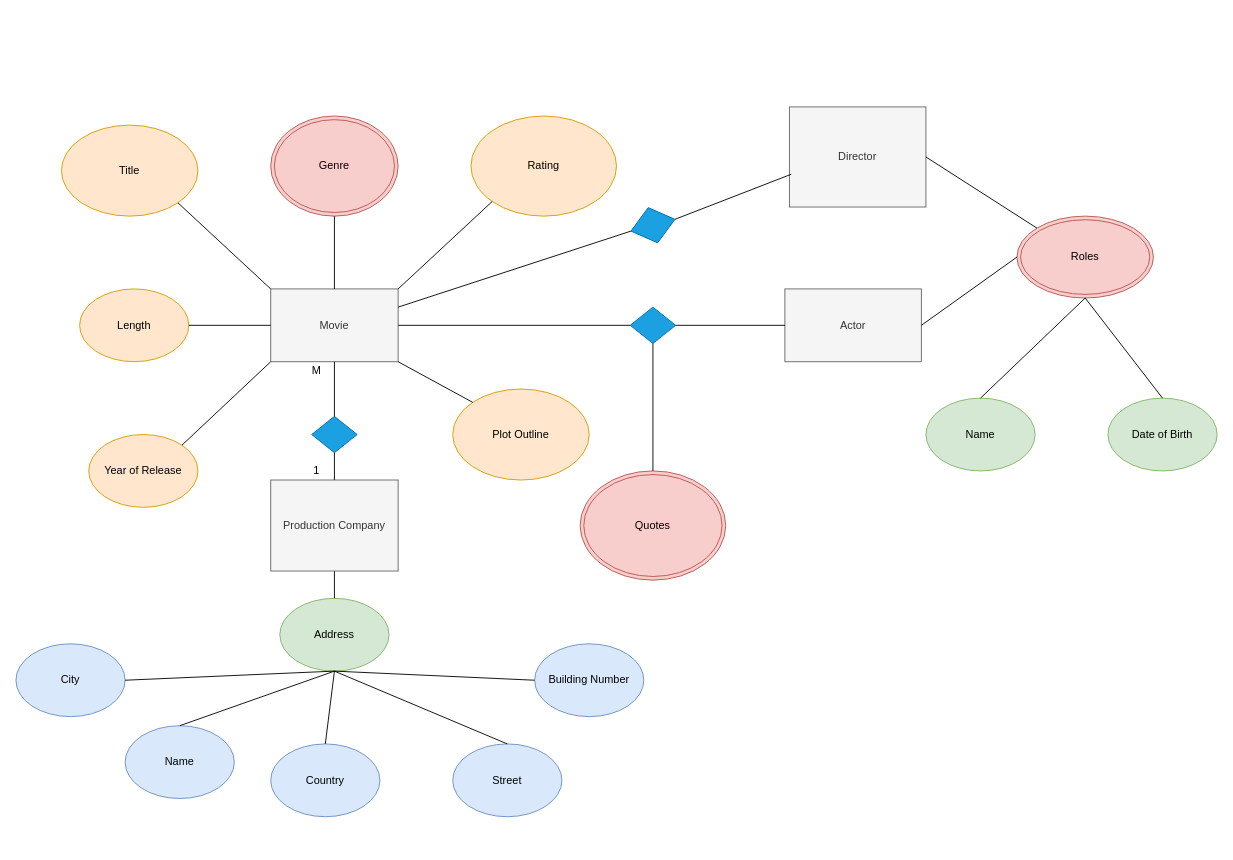
This is CPSC 2221 Lab 1.drawio from William-BC-CA/CPSC2221_ER_Modelling, a draw.io file, before an edit. Source tidied: cells renumbered, new cells numbered last; positions are measured from the earlier drawing's top-left corner, leaving out a move shared by most shapes. Both pictures are drawn from the tidied source at 91%, with x=0, y=0 at pixel (15, 106).
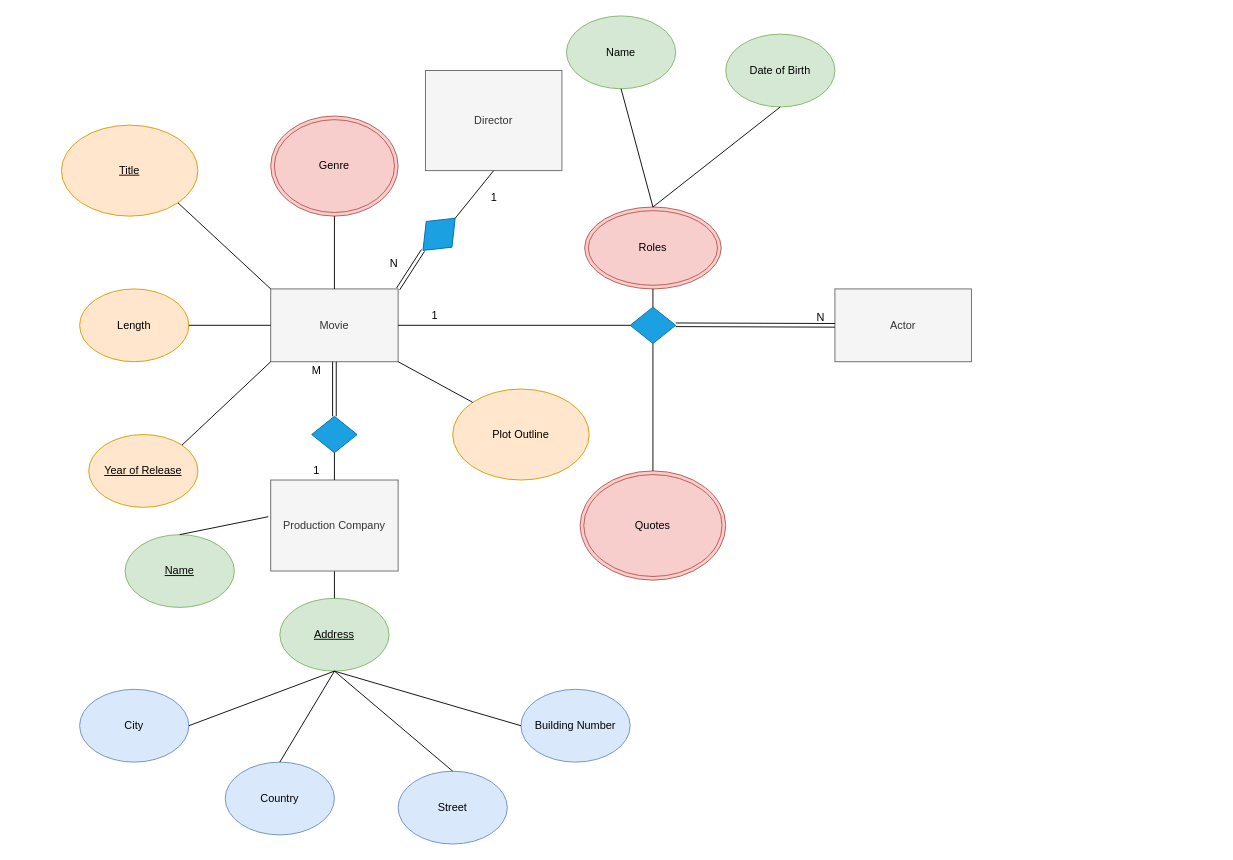
The same page after the edit.

Unchanged cells that the change refers to:
```xml
<mxCell id="2" value="Movie" style="rounded=0;whiteSpace=wrap;html=1;fillColor=#f5f5f5;strokeColor=#666666;fontColor=#333333;" parent="1" vertex="1">
  <mxGeometry x="280" y="200" width="140" height="80" as="geometry" />
</mxCell>
<mxCell id="18" style="rhombus;whiteSpace=wrap;html=1;fillColor=#1ba1e2;strokeColor=#006EAF;fontColor=#ffffff;" parent="1" vertex="1">
  <mxGeometry x="675" y="220" width="50" height="40" as="geometry" />
</mxCell>
<mxCell id="21" style="rhombus;whiteSpace=wrap;html=1;fillColor=#1ba1e2;strokeColor=#006EAF;fontColor=#ffffff;" parent="1" vertex="1">
  <mxGeometry x="325" y="340" width="50" height="40" as="geometry" />
</mxCell>
<mxCell id="47" value="Production Company" style="rounded=0;whiteSpace=wrap;html=1;fillColor=#f5f5f5;strokeColor=#666666;fontColor=#333333;" parent="1" vertex="1">
  <mxGeometry x="280" y="410" width="140" height="100" as="geometry" />
</mxCell>
```

What changed in the source:
```diff
@@
-    <mxCell id="4" value="Title" style="ellipse;whiteSpace=wrap;html=1;fillColor=#ffe6cc;strokeColor=#d79b00;" parent="1" vertex="1">
+    <mxCell id="4" value="&lt;u&gt;Title&lt;/u&gt;" style="ellipse;whiteSpace=wrap;html=1;fillColor=#ffe6cc;strokeColor=#d79b00;" parent="1" vertex="1">
       <mxGeometry x="50" y="20" width="150" height="100" as="geometry" />
     </mxCell>
-    <mxCell id="5" value="Rating" style="ellipse;whiteSpace=wrap;html=1;fillColor=#ffe6cc;strokeColor=#d79b00;" parent="1" vertex="1">
-      <mxGeometry x="500" y="10" width="160" height="110" as="geometry" />
-    </mxCell>
@@
-    <mxCell id="7" value="Year of Release" style="ellipse;whiteSpace=wrap;html=1;fillColor=#ffe6cc;strokeColor=#d79b00;" parent="1" vertex="1">
+    <mxCell id="7" value="&lt;u&gt;Year of Release&lt;/u&gt;" style="ellipse;whiteSpace=wrap;html=1;fillColor=#ffe6cc;strokeColor=#d79b00;" parent="1" vertex="1">
       <mxGeometry x="80" y="360" width="120" height="80" as="geometry" />
     </mxCell>
@@
-    <mxCell id="9" value="Name" style="ellipse;whiteSpace=wrap;html=1;fillColor=#dae8fc;strokeColor=#6c8ebf;" parent="1" vertex="1">
-      <mxGeometry x="120" y="680" width="120" height="80" as="geometry" />
+    <mxCell id="9" value="&lt;u&gt;Name&lt;/u&gt;" style="ellipse;whiteSpace=wrap;html=1;fillColor=#d5e8d4;strokeColor=#82b366;" parent="1" vertex="1">
+      <mxGeometry x="120" y="470" width="120" height="80" as="geometry" />
     </mxCell>
-    <mxCell id="10" value="Address" style="ellipse;whiteSpace=wrap;html=1;fillColor=#d5e8d4;strokeColor=#82b366;" parent="1" vertex="1">
+    <mxCell id="10" value="&lt;u&gt;Address&lt;/u&gt;" style="ellipse;whiteSpace=wrap;html=1;fillColor=#d5e8d4;strokeColor=#82b366;" parent="1" vertex="1">
       <mxGeometry x="290" y="540" width="120" height="80" as="geometry" />
     </mxCell>
     <mxCell id="11" value="Country" style="ellipse;whiteSpace=wrap;html=1;fillColor=#dae8fc;strokeColor=#6c8ebf;" parent="1" vertex="1">
-      <mxGeometry x="280" y="700" width="120" height="80" as="geometry" />
+      <mxGeometry x="230" y="720" width="120" height="80" as="geometry" />
     </mxCell>
     <mxCell id="12" value="City" style="ellipse;whiteSpace=wrap;html=1;fillColor=#dae8fc;strokeColor=#6c8ebf;" parent="1" vertex="1">
-      <mxGeometry y="590" width="120" height="80" as="geometry" />
+      <mxGeometry x="70" y="640" width="120" height="80" as="geometry" />
     </mxCell>
     <mxCell id="13" value="Street" style="ellipse;whiteSpace=wrap;html=1;fillColor=#dae8fc;strokeColor=#6c8ebf;" parent="1" vertex="1">
-      <mxGeometry x="480" y="700" width="120" height="80" as="geometry" />
+      <mxGeometry x="420" y="730" width="120" height="80" as="geometry" />
     </mxCell>
     <mxCell id="14" value="Building Number" style="ellipse;whiteSpace=wrap;html=1;fillColor=#dae8fc;strokeColor=#6c8ebf;" parent="1" vertex="1">
-      <mxGeometry x="570" y="590" width="120" height="80" as="geometry" />
+      <mxGeometry x="555" y="640" width="120" height="80" as="geometry" />
     </mxCell>
     <mxCell id="15" value="Actor" style="rounded=0;whiteSpace=wrap;html=1;fillColor=#f5f5f5;strokeColor=#666666;fontColor=#333333;" parent="1" vertex="1">
-      <mxGeometry x="845" y="200" width="150" height="80" as="geometry" />
+      <mxGeometry x="900" y="200" width="150" height="80" as="geometry" />
     </mxCell>
     <mxCell id="16" value="Name" style="ellipse;whiteSpace=wrap;html=1;fillColor=#d5e8d4;strokeColor=#82b366;" parent="1" vertex="1">
-      <mxGeometry x="1000" y="320" width="120" height="80" as="geometry" />
+      <mxGeometry x="605" y="-100" width="120" height="80" as="geometry" />
     </mxCell>
@@
     <mxCell id="19" value="Date of Birth" style="ellipse;whiteSpace=wrap;html=1;fillColor=#d5e8d4;strokeColor=#82b366;" parent="1" vertex="1">
-      <mxGeometry x="1200" y="320" width="120" height="80" as="geometry" />
+      <mxGeometry x="780" y="-80" width="120" height="80" as="geometry" />
     </mxCell>
     <mxCell id="20" value="Roles" style="ellipse;shape=doubleEllipse;whiteSpace=wrap;html=1;fillColor=#f8cecc;strokeColor=#b85450;" parent="1" vertex="1">
-      <mxGeometry x="1100" y="120" width="150" height="90" as="geometry" />
+      <mxGeometry x="625" y="110" width="150" height="90" as="geometry" />
     </mxCell>
@@
-    <mxCell id="24" style="endArrow=none;html=1;entryX=0;entryY=0.5;entryDx=0;entryDy=0;exitX=1;exitY=0.5;exitDx=0;exitDy=0;" parent="1" edge="1" source="18" target="15">
-      <mxGeometry relative="1" as="geometry" />
-    </mxCell>
-    <mxCell id="25" style="endArrow=none;html=1;exitX=0.5;exitY=0;exitDx=0;exitDy=0;entryX=0.5;entryY=1;entryDx=0;entryDy=0;" parent="1" edge="1" source="9" target="10">
+    <mxCell id="25" style="endArrow=none;html=1;exitX=0.5;exitY=0;exitDx=0;exitDy=0;entryX=-0.019;entryY=0.403;entryDx=0;entryDy=0;entryPerimeter=0;" parent="1" edge="1" source="9" target="47">
       <mxGeometry relative="1" as="geometry" />
     </mxCell>
@@
-    <mxCell id="34" style="endArrow=none;html=1;exitX=1;exitY=0;exitDx=0;exitDy=0;entryX=0;entryY=1;entryDx=0;entryDy=0;" parent="1" edge="1" source="2" target="5">
-      <mxGeometry relative="1" as="geometry" />
-    </mxCell>
-    <mxCell id="35" style="endArrow=none;html=1;exitX=1;exitY=0.5;exitDx=0;exitDy=0;entryX=0;entryY=0.5;entryDx=0;entryDy=0;" parent="1" edge="1" source="15" target="20">
-      <mxGeometry relative="1" as="geometry" />
-    </mxCell>
-    <mxCell id="36" style="endArrow=none;html=1;exitX=0.5;exitY=0;exitDx=0;exitDy=0;entryX=0.5;entryY=1;entryDx=0;entryDy=0;" parent="1" edge="1" source="16" target="20">
+    <mxCell id="36" style="endArrow=none;html=1;exitX=0.5;exitY=1;exitDx=0;exitDy=0;entryX=0.5;entryY=0;entryDx=0;entryDy=0;" parent="1" edge="1" source="16" target="20">
       <mxGeometry relative="1" as="geometry" />
     </mxCell>
-    <mxCell id="37" style="endArrow=none;html=1;exitX=0.5;exitY=0;exitDx=0;exitDy=0;entryX=0.5;entryY=1;entryDx=0;entryDy=0;" parent="1" edge="1" source="19" target="20">
+    <mxCell id="37" style="endArrow=none;html=1;exitX=0.5;exitY=1;exitDx=0;exitDy=0;entryX=0.5;entryY=0;entryDx=0;entryDy=0;" parent="1" edge="1" source="19" target="20">
       <mxGeometry relative="1" as="geometry" />
     </mxCell>
@@
     <mxCell id="40" value="Director" style="rounded=0;whiteSpace=wrap;html=1;fillColor=#f5f5f5;strokeColor=#666666;fontColor=#333333;" parent="1" vertex="1">
-      <mxGeometry x="850" width="150" height="110" as="geometry" />
+      <mxGeometry x="450" y="-40" width="150" height="110" as="geometry" />
     </mxCell>
-    <mxCell id="41" style="endArrow=none;html=1;entryX=1;entryY=0.5;entryDx=0;entryDy=0;exitX=0;exitY=0;exitDx=0;exitDy=0;" parent="1" edge="1" source="20" target="40">
-      <mxGeometry relative="1" as="geometry" />
-    </mxCell>
-    <mxCell id="42" style="rhombus;whiteSpace=wrap;html=1;fillColor=#1ba1e2;strokeColor=#006EAF;fontColor=#ffffff;rotation=-15;" parent="1" vertex="1">
-      <mxGeometry x="675" y="110" width="50" height="40" as="geometry" />
+    <mxCell id="42" style="rhombus;whiteSpace=wrap;html=1;fillColor=#1ba1e2;strokeColor=#006EAF;fontColor=#ffffff;rotation=-45;" parent="1" vertex="1">
+      <mxGeometry x="440" y="120" width="50" height="40" as="geometry" />
     </mxCell>
-    <mxCell id="43" style="endArrow=none;html=1;entryX=0.013;entryY=0.673;entryDx=0;entryDy=0;exitX=1;exitY=0.5;exitDx=0;exitDy=0;entryPerimeter=0;" parent="1" edge="1" source="42" target="40">
+    <mxCell id="43" style="endArrow=none;html=1;exitX=1;exitY=0.5;exitDx=0;exitDy=0;entryX=0.5;entryY=1;entryDx=0;entryDy=0;" parent="1" edge="1" source="42" target="40">
       <mxGeometry relative="1" as="geometry" />
     </mxCell>
-    <mxCell id="44" style="endArrow=none;html=1;exitX=1;exitY=0.25;exitDx=0;exitDy=0;entryX=0;entryY=0.5;entryDx=0;entryDy=0;" parent="1" edge="1" source="2" target="42">
-      <mxGeometry relative="1" as="geometry" />
-    </mxCell>
@@
+    <mxCell id="49" style="endArrow=none;html=1;exitX=0.5;exitY=0;exitDx=0;exitDy=0;entryX=0.5;entryY=1;entryDx=0;entryDy=0;" parent="1" edge="1" source="47" target="21">
+      <mxGeometry relative="1" as="geometry" />
+    </mxCell>
+    <mxCell id="50" style="endArrow=none;html=1;rounded=0;entryX=0.5;entryY=1;entryDx=0;entryDy=0;exitX=0.5;exitY=0;exitDx=0;exitDy=0;" parent="1" edge="1" source="18" target="20">
+      <mxGeometry relative="1" as="geometry" />
+    </mxCell>
-    <mxCell id="48" style="endArrow=none;html=1;entryX=0.5;entryY=1;entryDx=0;entryDy=0;exitX=0.5;exitY=0;exitDx=0;exitDy=0;" parent="1" edge="1" source="21" target="2">
+    <mxCell id="48" style="shape=link;html=1;rounded=0;entryX=0.5;entryY=1;entryDx=0;entryDy=0;exitX=0.5;exitY=0;exitDx=0;exitDy=0;" parent="1" edge="1" source="21" target="2">
       <mxGeometry relative="1" as="geometry" />
     </mxCell>
-    <mxCell id="49" style="endArrow=none;html=1;exitX=0.5;exitY=0;exitDx=0;exitDy=0;entryX=0.5;entryY=1;entryDx=0;entryDy=0;" parent="1" edge="1" source="47" target="21">
-      <mxGeometry relative="1" as="geometry" />
-    </mxCell>
+    <mxCell id="51" style="shape=link;html=1;rounded=0;entryX=0;entryY=0.5;entryDx=0;entryDy=0;" parent="1" edge="1" target="15">
+      <mxGeometry relative="1" as="geometry">
+        <mxPoint x="725" y="239.4" as="sourcePoint" />
+      </mxGeometry>
+    </mxCell>
+    <mxCell id="52" value="N" style="html=1;align=right;verticalAlign=bottom;" parent="51" vertex="1">
+      <mxGeometry x="1" relative="1" as="geometry">
+        <mxPoint x="-11" as="offset" />
+      </mxGeometry>
+    </mxCell>
+    <mxCell id="53" style="shape=link;html=1;rounded=0;entryX=1;entryY=0;entryDx=0;entryDy=0;exitX=0;exitY=0.5;exitDx=0;exitDy=0;" parent="1" edge="1" source="42" target="2">
+      <mxGeometry relative="1" as="geometry" />
+    </mxCell>
+    <mxCell id="54" value="N" style="html=1;align=right;verticalAlign=bottom;" parent="53" vertex="1">
+      <mxGeometry x="1" relative="1" as="geometry">
+        <mxPoint y="-20" as="offset" />
+      </mxGeometry>
+    </mxCell>
+    <mxCell id="55" value="1" style="text;html=1;align=center;verticalAlign=middle;strokeColor=none;fillColor=none;" parent="1" vertex="1">
+      <mxGeometry x="515" y="90" width="20" height="20" as="geometry" />
+    </mxCell>
+    <mxCell id="56" value="1" style="text;html=1;align=center;verticalAlign=middle;strokeColor=none;fillColor=none;" parent="1" vertex="1">
+      <mxGeometry x="450" y="220" width="20" height="20" as="geometry" />
+    </mxCell>
```
